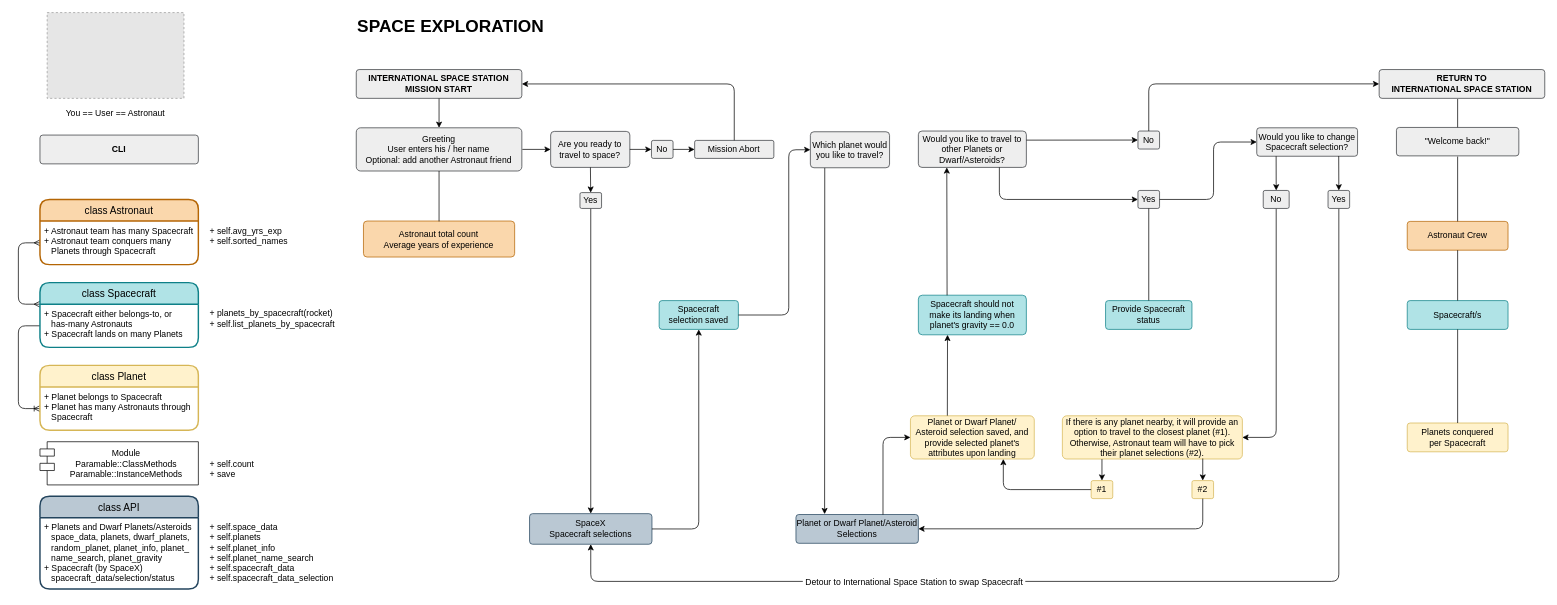
Before: Space-Exp Diagram.drawio in fentybit/CLISpaceExploration, a draw.io diagram. Source tidied: cells renumbered, new cells numbered last; positions are measured from the earlier drawing's top-left corner, leaving out a move shared by most shapes. Both pictures are drawn from the tidied source at 72%, with x=0, y=0 at pixel (18, 12). Pictures stored in the file or linked from it are replaced by grey dashed boxes.
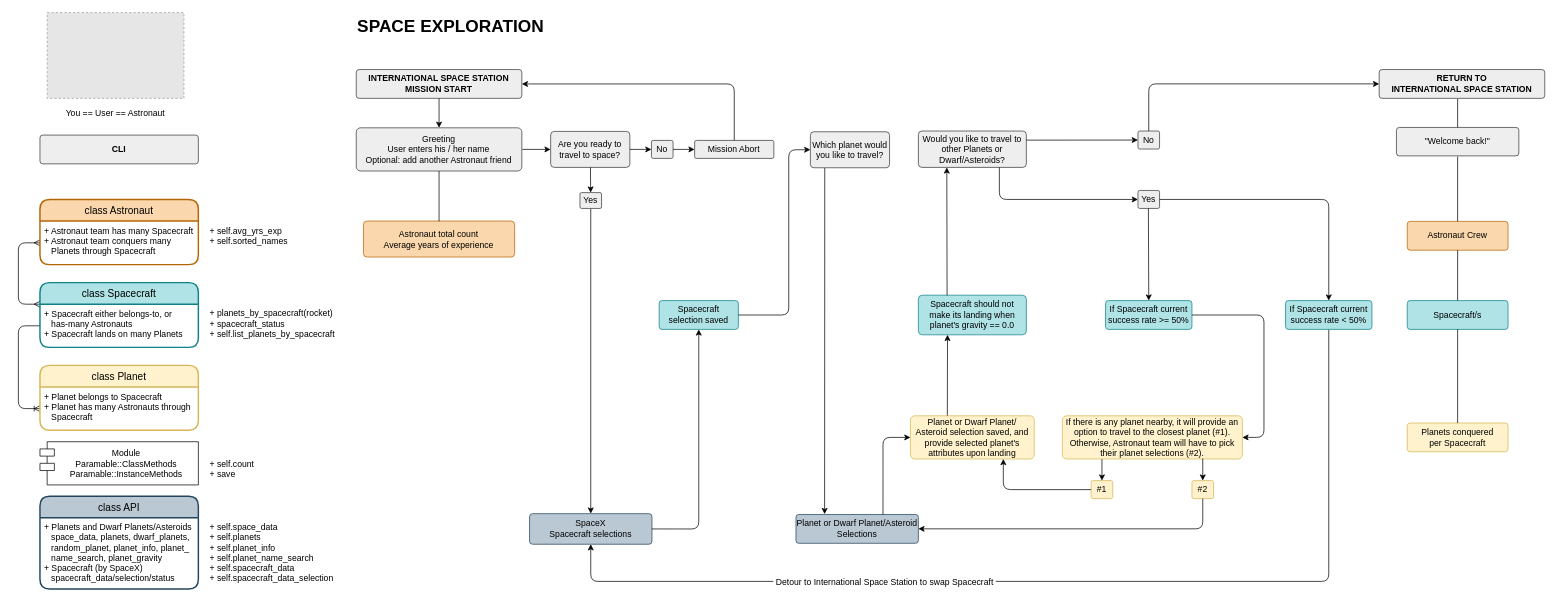
The same page after the edit.

Commit message (it also covers changes not shown here):
CLI storyline update, Spacecraft class update

The change refers to these unchanged cells:
```xml
<mxCell id="7" value="SpaceX&lt;br&gt;Spacecraft selections" style="rounded=1;arcSize=10;whiteSpace=wrap;html=1;align=center;fillColor=#bac8d3;strokeColor=#23445d;" parent="1" vertex="1">
  <mxGeometry x="710" y="695.9" width="170" height="42.5" as="geometry" />
</mxCell>
<mxCell id="25" value="Yes" style="rounded=1;arcSize=10;whiteSpace=wrap;html=1;align=center;fillColor=#eeeeee;strokeColor=#36393d;" parent="1" vertex="1">
  <mxGeometry x="1555" y="247" width="30" height="25" as="geometry" />
</mxCell>
<mxCell id="44" value="If there is any planet nearby, it will provide an option to travel to the closest planet (#1). Otherwise, Astronaut team will have to pick their planet selections (#2)." style="rounded=1;arcSize=10;whiteSpace=wrap;html=1;align=center;fillColor=#fff2cc;strokeColor=#d6b656;" parent="1" vertex="1">
  <mxGeometry x="1450" y="560" width="250" height="60" as="geometry" />
</mxCell>
```

The edit, as a diff of the source:
```diff
@@
-    <mxCell id="14" style="edgeStyle=elbowEdgeStyle;elbow=horizontal;endArrow=classic;html=1;exitX=0.5;exitY=1;exitDx=0;exitDy=0;entryX=1;entryY=0.5;entryDx=0;entryDy=0;" parent="1" edge="1" source="20" target="44">
-      <mxGeometry relative="1" as="geometry">
-        <Array as="points">
-          <mxPoint x="1747" y="390" />
-          <mxPoint x="1695" y="400" />
-          <mxPoint x="1630" y="410" />
-          <mxPoint x="1487" y="444.1" />
-        </Array>
-      </mxGeometry>
-    </mxCell>
-    <mxCell id="15" value="Would you like to change Spacecraft selection?" style="rounded=1;arcSize=10;whiteSpace=wrap;html=1;align=center;fillColor=#eeeeee;strokeColor=#36393d;" parent="1" vertex="1">
-      <mxGeometry x="1720" y="160" width="140" height="39.5" as="geometry" />
-    </mxCell>
-    <mxCell id="16" style="edgeStyle=elbowEdgeStyle;elbow=vertical;endArrow=classic;html=1;exitX=0.5;exitY=1;exitDx=0;exitDy=0;entryX=0.5;entryY=1;entryDx=0;entryDy=0;" parent="1" edge="1" source="21" target="7">
+    <mxCell id="16" style="edgeStyle=elbowEdgeStyle;elbow=vertical;endArrow=classic;html=1;entryX=0.5;entryY=1;entryDx=0;entryDy=0;exitX=0.5;exitY=1;exitDx=0;exitDy=0;" parent="1" edge="1" source="81" target="7">
       <mxGeometry relative="1" as="geometry">
         <Array as="points">
           <mxPoint x="1370" y="790" />
           <mxPoint x="1320" y="780" />
           <mxPoint x="1150" y="800" />
           <mxPoint x="930" y="595" />
           <mxPoint x="1080" y="678" />
         </Array>
       </mxGeometry>
     </mxCell>
@@
-    <mxCell id="20" value="No" style="rounded=1;arcSize=10;whiteSpace=wrap;html=1;align=center;fillColor=#eeeeee;strokeColor=#36393d;" parent="1" vertex="1">
-      <mxGeometry x="1729" y="247" width="36" height="25" as="geometry" />
-    </mxCell>
-    <mxCell id="21" value="Yes" style="rounded=1;arcSize=10;whiteSpace=wrap;html=1;align=center;fillColor=#eeeeee;strokeColor=#36393d;" parent="1" vertex="1">
-      <mxGeometry x="1819" y="247" width="30" height="25" as="geometry" />
-    </mxCell>
-    <mxCell id="22" style="endArrow=classic;html=1;entryX=0.5;entryY=0;entryDx=0;entryDy=0;exitX=0.121;exitY=1.036;exitDx=0;exitDy=0;exitPerimeter=0;" parent="1" edge="1" target="20">
-      <mxGeometry relative="1" as="geometry">
-        <mxPoint x="1746.9" y="199.5" as="sourcePoint" />
-      </mxGeometry>
-    </mxCell>
-    <mxCell id="23" style="endArrow=classic;html=1;entryX=0.5;entryY=0;entryDx=0;entryDy=0;exitX=0.813;exitY=0.994;exitDx=0;exitDy=0;exitPerimeter=0;" parent="1" edge="1" source="15" target="21">
-      <mxGeometry relative="1" as="geometry" />
-    </mxCell>
@@
-    <mxCell id="27" style="edgeStyle=elbowEdgeStyle;elbow=horizontal;endArrow=classic;html=1;exitX=1;exitY=0.5;exitDx=0;exitDy=0;entryX=0;entryY=0.5;entryDx=0;entryDy=0;" parent="1" edge="1" source="25" target="15">
-      <mxGeometry relative="1" as="geometry">
-        <Array as="points">
-          <mxPoint x="1660" y="210" />
-        </Array>
-      </mxGeometry>
-    </mxCell>
@@
-    <mxCell id="59" value="Provide Spacecraft status" style="rounded=1;arcSize=10;whiteSpace=wrap;html=1;align=center;fillColor=#b0e3e6;strokeColor=#0e8088;" parent="1" vertex="1">
+    <mxCell id="59" value="If Spacecraft current success rate &amp;gt;= 50%" style="rounded=1;arcSize=10;whiteSpace=wrap;html=1;align=center;fillColor=#b0e3e6;strokeColor=#0e8088;" parent="1" vertex="1">
       <mxGeometry x="1510" y="400" width="120" height="40" as="geometry" />
     </mxCell>
-    <mxCell id="60" style="line;strokeWidth=1;direction=south;html=1;" parent="1" vertex="1">
-      <mxGeometry x="1565" y="272" width="10" height="128" as="geometry" />
-    </mxCell>
@@
-    <mxCell id="77" value="+ planets_by_spacecraft(rocket)&#10;+ self.list_planets_by_spacecraft" style="text;strokeColor=none;fillColor=none;align=left;verticalAlign=top;spacingLeft=4;spacingRight=4;overflow=hidden;rounded=0;shadow=0;glass=0;sketch=0;fontSize=12;html=0;" parent="1" vertex="1">
+    <mxCell id="77" value="+ planets_by_spacecraft(rocket)&#10;+ spacecraft_status&#10;+ self.list_planets_by_spacecraft&#10;" style="text;strokeColor=none;fillColor=none;align=left;verticalAlign=top;spacingLeft=4;spacingRight=4;overflow=hidden;rounded=0;shadow=0;glass=0;sketch=0;fontSize=12;html=0;" parent="1" vertex="1">
       <mxGeometry x="260" y="404.5" width="200" height="60.5" as="geometry" />
     </mxCell>
@@
+    <mxCell id="81" value="If Spacecraft current success rate &amp;lt; 50%" style="rounded=1;arcSize=10;whiteSpace=wrap;html=1;align=center;fillColor=#b0e3e6;strokeColor=#0e8088;" parent="1" vertex="1">
+      <mxGeometry x="1760" y="400" width="120" height="40" as="geometry" />
+    </mxCell>
+    <mxCell id="82" style="edgeStyle=elbowEdgeStyle;elbow=horizontal;endArrow=classic;html=1;entryX=1;entryY=0.5;entryDx=0;entryDy=0;exitX=1;exitY=0.5;exitDx=0;exitDy=0;" parent="1" edge="1" source="59" target="44">
+      <mxGeometry relative="1" as="geometry">
+        <Array as="points">
+          <mxPoint x="1730" y="510" />
+        </Array>
+      </mxGeometry>
+    </mxCell>
+    <mxCell id="83" style="endArrow=classic;html=1;entryX=0.5;entryY=0;entryDx=0;entryDy=0;" parent="1" edge="1" target="59">
+      <mxGeometry relative="1" as="geometry">
+        <mxPoint x="1569.5" y="272" as="sourcePoint" />
+      </mxGeometry>
+    </mxCell>
+    <mxCell id="84" style="edgeStyle=segmentEdgeStyle;endArrow=classic;html=1;entryX=0.5;entryY=0;entryDx=0;entryDy=0;exitX=1;exitY=0.5;exitDx=0;exitDy=0;" parent="1" edge="1" source="25" target="81">
+      <mxGeometry relative="1" as="geometry" />
+    </mxCell>
```
